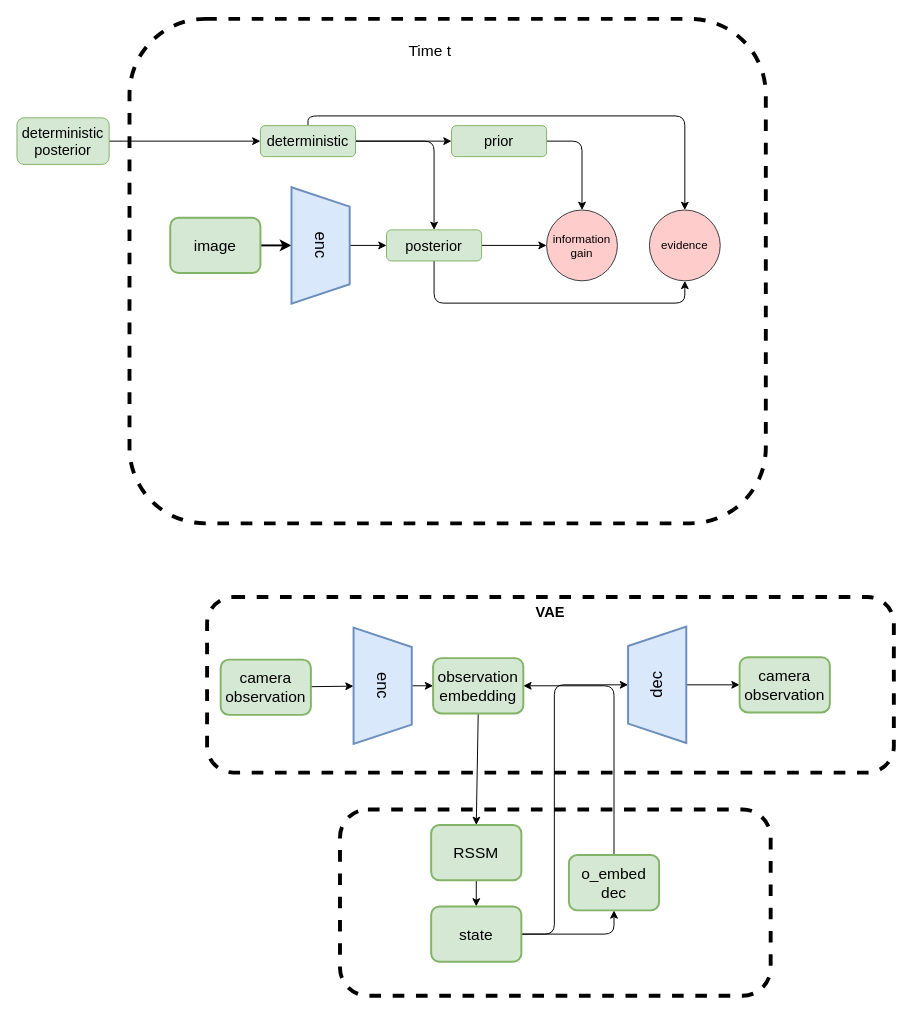
ecstayalive/algo_dev keeps this draw.io diagram as docs/alive.drawio. Above is the earlier version. Source tidied: cells renumbered, new cells numbered last; positions are measured from the earlier drawing's top-left corner, leaving out a move shared by most shapes. Both pictures are drawn from the tidied source at 97%, with x=0, y=0 at pixel (16, 18).
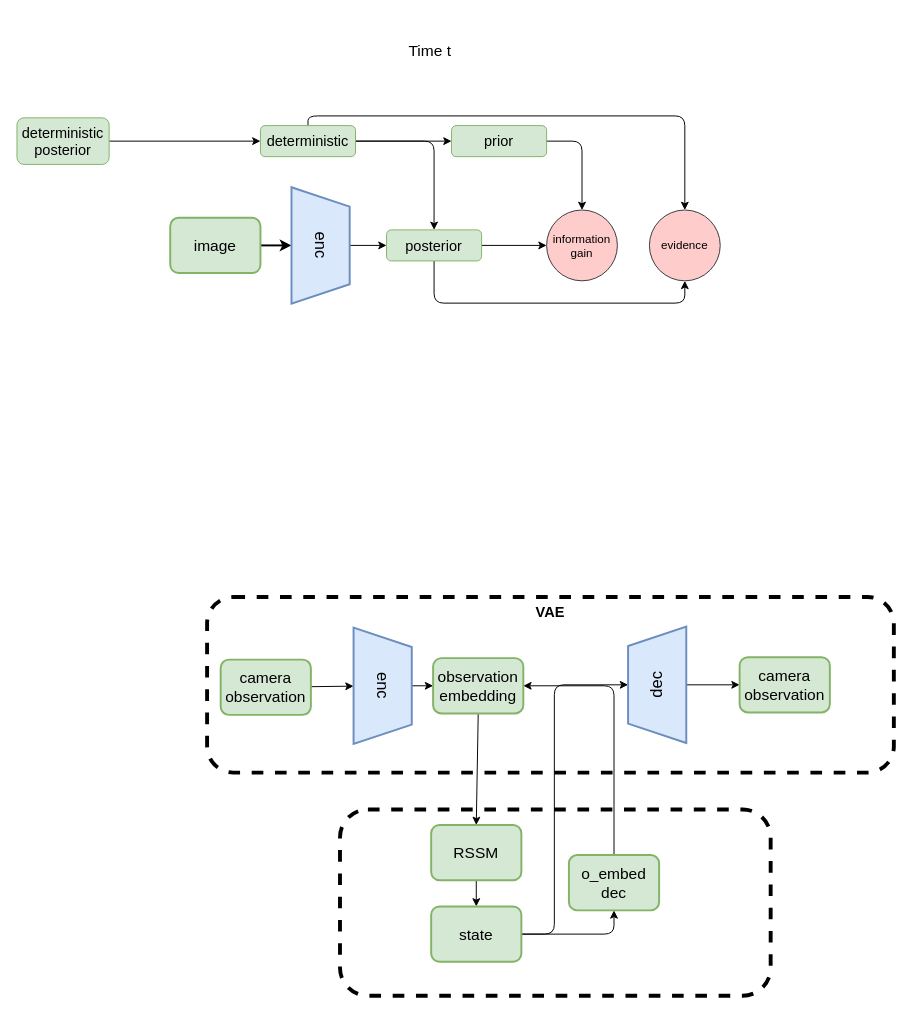
The same page after the edit.

What changed in the source:
```diff
@@
-    <mxCell id="4" style="rounded=1;whiteSpace=wrap;html=1;dashed=1;strokeWidth=4;" parent="1" vertex="1">
-      <mxGeometry x="116" width="656" height="520" as="geometry" />
-    </mxCell>
```
